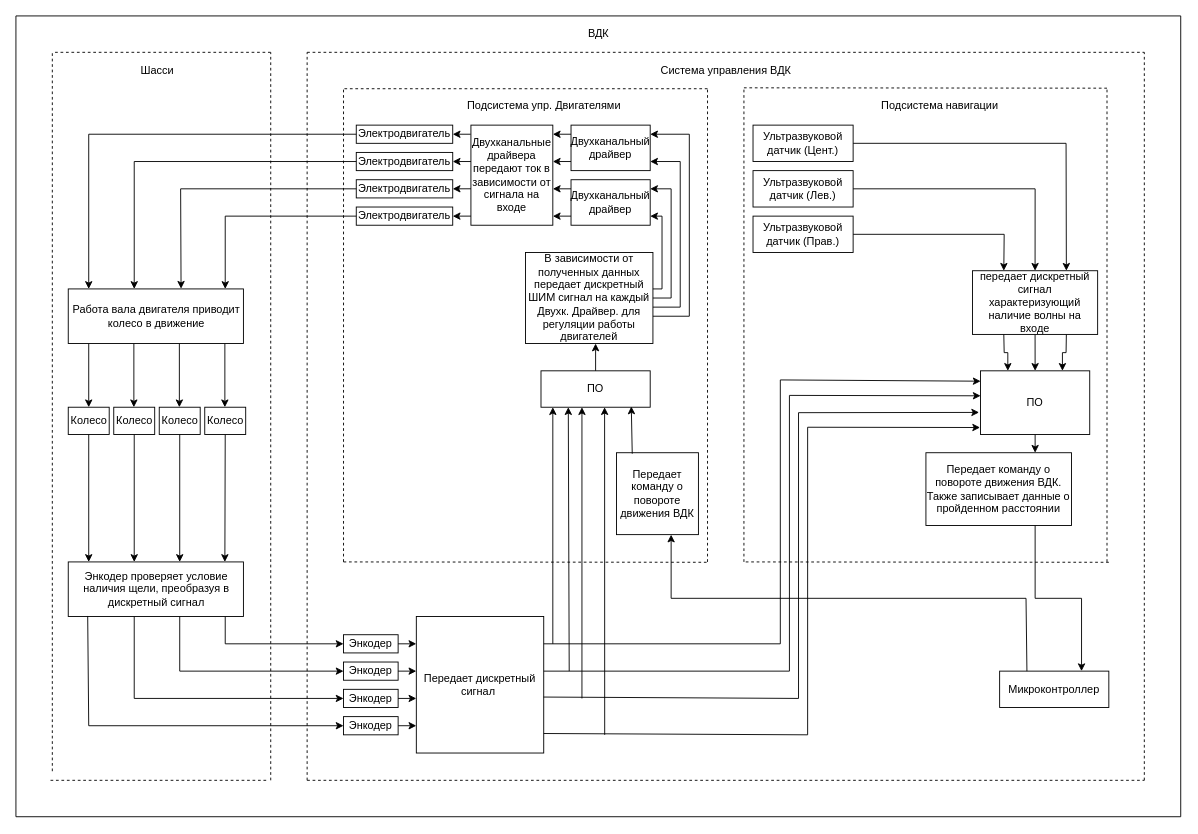
Before: Наработки/Функциональная схема.drawio in AlexRussellGit/VKR---Russell-Alexander, a draw.io diagram. Source tidied: cells renumbered, new cells numbered last; positions are measured from the earlier drawing's top-left corner, leaving out a move shared by most shapes. Both pictures are drawn from the tidied source at 91%, with x=0, y=0 at pixel (15, 15).
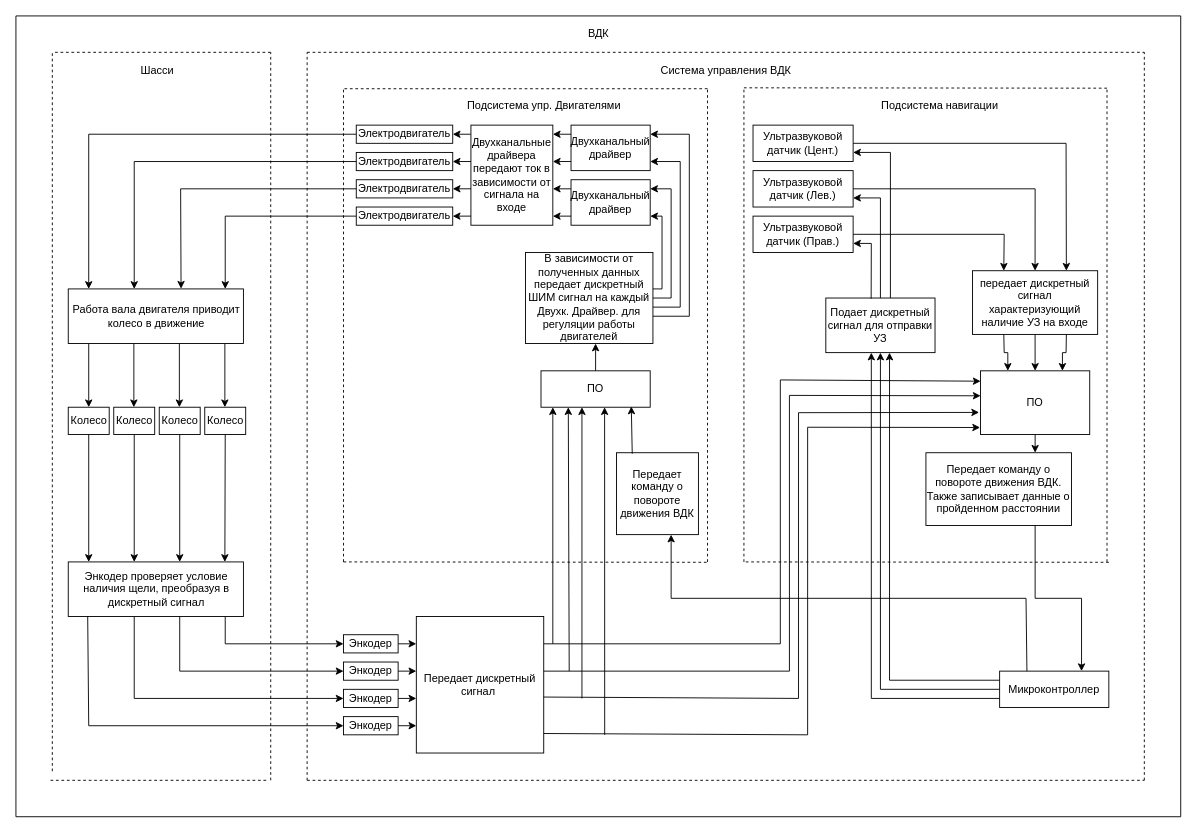
The same page after the edit.

The change refers to these unchanged cells:
```xml
<mxCell id="29" value="Микроконтроллер" style="rounded=0;whiteSpace=wrap;html=1;" parent="1" vertex="1">
  <mxGeometry x="1081" y="720" width="120" height="40" as="geometry" />
</mxCell>
<mxCell id="31" value="Ультразвуковой датчик (Цент.)" style="rounded=0;whiteSpace=wrap;html=1;" parent="1" vertex="1">
  <mxGeometry x="810" y="120" width="110" height="40" as="geometry" />
</mxCell>
<mxCell id="39" value="Ультразвуковой датчик (Лев.)" style="rounded=0;whiteSpace=wrap;html=1;" parent="1" vertex="1">
  <mxGeometry x="810" y="170" width="110" height="40" as="geometry" />
</mxCell>
<mxCell id="40" value="Ультразвуковой датчик (Прав.)" style="rounded=0;whiteSpace=wrap;html=1;" parent="1" vertex="1">
  <mxGeometry x="810" y="220" width="110" height="40" as="geometry" />
</mxCell>
```

Change to the diagram source:
```diff
@@
-    <mxCell id="57" value="передает дискретный сигнал характеризующий наличие волны на входе" style="rounded=0;whiteSpace=wrap;html=1;" parent="1" vertex="1">
+    <mxCell id="57" value="передает дискретный сигнал характеризующий наличие УЗ на входе" style="rounded=0;whiteSpace=wrap;html=1;" parent="1" vertex="1">
       <mxGeometry x="1051.2" y="280" width="137.5" height="70" as="geometry" />
     </mxCell>
@@
+    <mxCell id="106" style="endArrow=classic;html=1;rounded=0;exitX=0;exitY=0.75;exitDx=0;exitDy=0;" parent="1" edge="1" source="29">
+      <mxGeometry relative="1" as="geometry">
+        <mxPoint x="940" y="370" as="targetPoint" />
+        <Array as="points">
+          <mxPoint x="940" y="750" />
+        </Array>
+      </mxGeometry>
+    </mxCell>
+    <mxCell id="107" style="endArrow=classic;html=1;rounded=0;exitX=0;exitY=0.5;exitDx=0;exitDy=0;" parent="1" edge="1" source="29">
+      <mxGeometry relative="1" as="geometry">
+        <mxPoint x="950" y="370" as="targetPoint" />
+        <Array as="points">
+          <mxPoint x="950" y="740" />
+        </Array>
+      </mxGeometry>
+    </mxCell>
+    <mxCell id="108" style="endArrow=classic;html=1;rounded=0;exitX=0;exitY=0.25;exitDx=0;exitDy=0;" parent="1" edge="1" source="29">
+      <mxGeometry relative="1" as="geometry">
+        <mxPoint x="960" y="370" as="targetPoint" />
+        <Array as="points">
+          <mxPoint x="960" y="730" />
+        </Array>
+      </mxGeometry>
+    </mxCell>
+    <mxCell id="109" value="Подает дискретный сигнал для отправки УЗ" style="rounded=0;whiteSpace=wrap;html=1;" parent="1" vertex="1">
+      <mxGeometry x="890" y="310" width="120" height="60" as="geometry" />
+    </mxCell>
+    <mxCell id="110" style="endArrow=classic;html=1;rounded=0;exitX=0.415;exitY=0.013;exitDx=0;exitDy=0;exitPerimeter=0;entryX=1;entryY=0.75;entryDx=0;entryDy=0;" parent="1" edge="1" source="109" target="40">
+      <mxGeometry relative="1" as="geometry">
+        <Array as="points">
+          <mxPoint x="940" y="250" />
+        </Array>
+      </mxGeometry>
+    </mxCell>
+    <mxCell id="111" style="endArrow=classic;html=1;rounded=0;exitX=0.5;exitY=0;exitDx=0;exitDy=0;entryX=1;entryY=0.75;entryDx=0;entryDy=0;" parent="1" edge="1" source="109" target="39">
+      <mxGeometry relative="1" as="geometry">
+        <Array as="points">
+          <mxPoint x="950" y="200" />
+        </Array>
+      </mxGeometry>
+    </mxCell>
+    <mxCell id="112" style="endArrow=classic;html=1;rounded=0;entryX=1;entryY=0.75;entryDx=0;entryDy=0;" parent="1" edge="1" target="31">
+      <mxGeometry relative="1" as="geometry">
+        <mxPoint x="961" y="310" as="sourcePoint" />
+        <Array as="points">
+          <mxPoint x="961" y="150" />
+        </Array>
+      </mxGeometry>
+    </mxCell>
```
